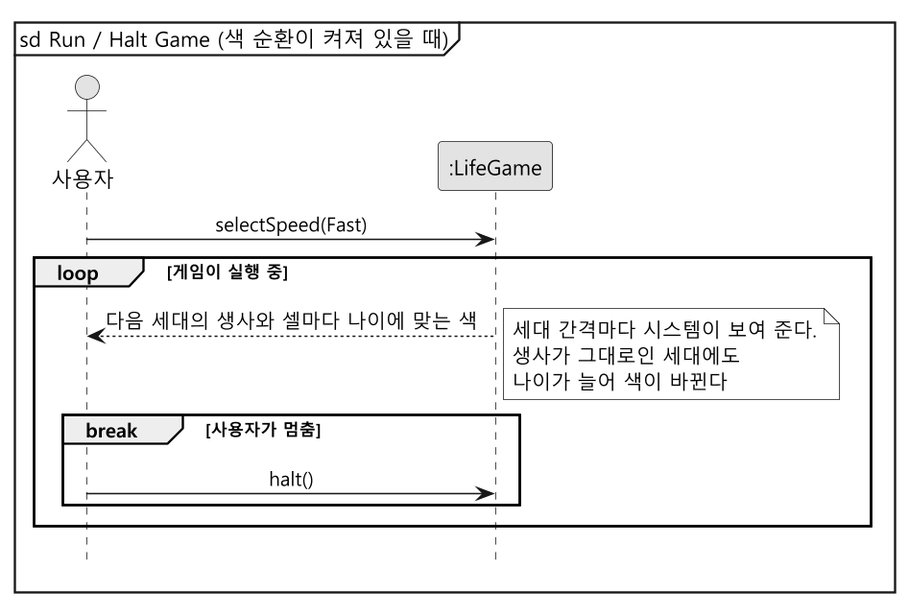
Earlier version of the PlantUML export docs/color-gen/diagrams/ssd-run-halt.png (mckimR1972/DP_team_project).
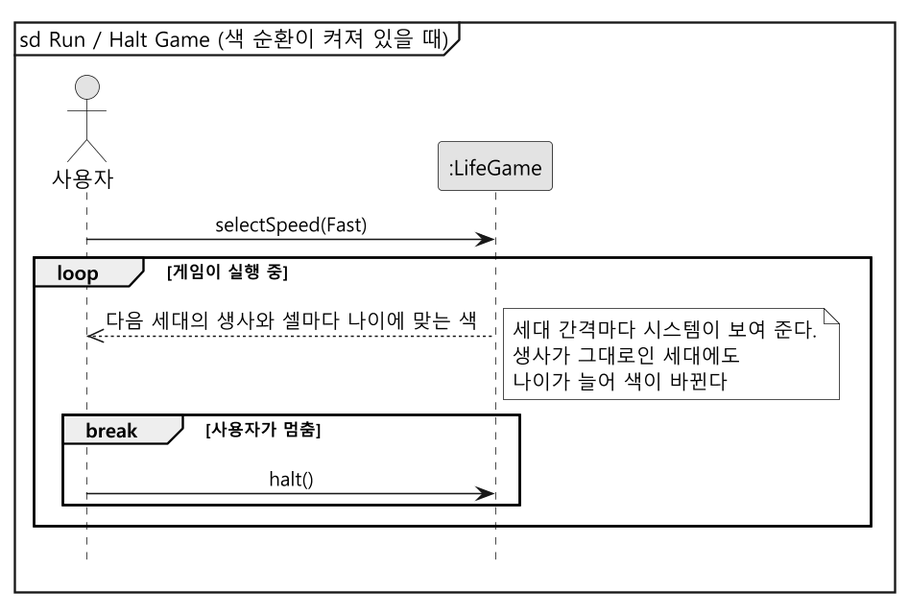
After the change.

The edit, as a diff of the source:
```diff
@@ -12,7 +12,7 @@
 
 User -> System : selectSpeed(Fast)
 loop 게임이 실행 중
-  System --> User : 다음 세대의 생사와 셀마다 나이에 맞는 색
+  System -->> User : 다음 세대의 생사와 셀마다 나이에 맞는 색
   note right : 세대 간격마다 시스템이 보여 준다.\n생사가 그대로인 세대에도\n나이가 늘어 색이 바뀐다
   break 사용자가 멈춤
     User -> System : halt()
```
